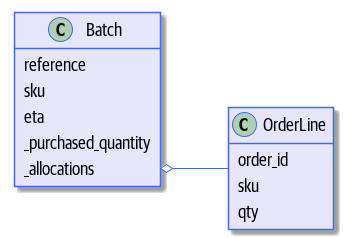
cosmicpython/book keeps this PlantUML diagram as images/model_diagram.png. Above is the earlier version.
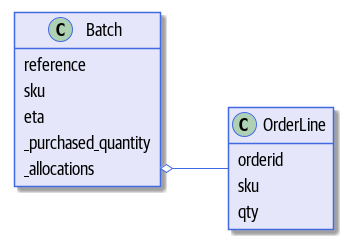
After the change.

Change to the diagram source:
```diff
@@ -65,7 +65,7 @@
 }
 
 class OrderLine {
-    order_id
+    orderid
     sku
     qty
 }
```
